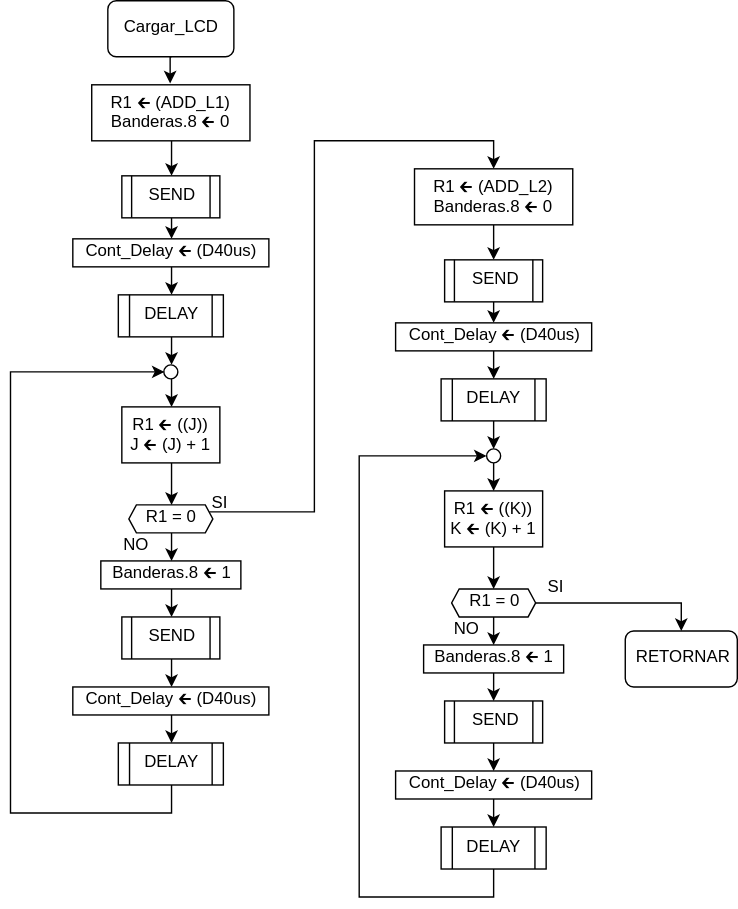
The draw.io diagram PROYECTO/diagrams_svg/Cargar_LCD.svg in slealq/micros, before a commit. Source tidied: cells renumbered, new cells last; positions are measured from the earlier drawing's top-left corner, leaving out a move shared by most shapes.
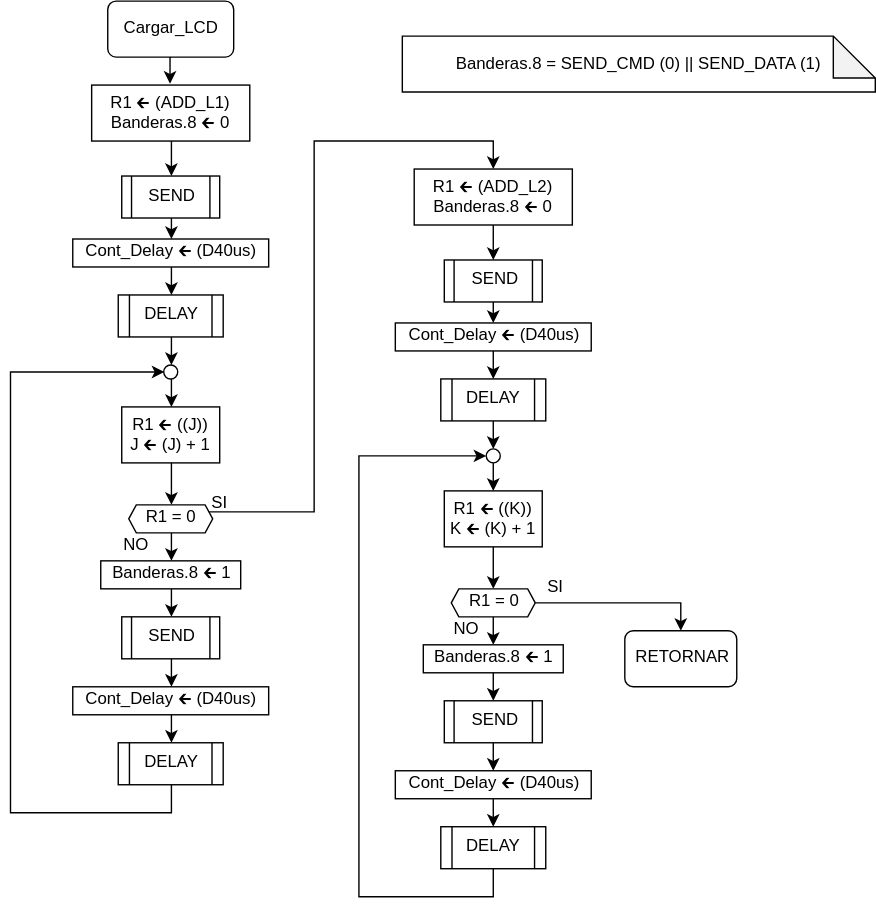
The same file after the commit.

The edit, as a diff of the source:
```diff
@@ -173,5 +173,8 @@
     <mxCell id="54" value="SI" style="text;strokeColor=none;fillColor=none;align=center;verticalAlign=middle;whiteSpace=wrap;rounded=0;html=1;" parent="1" vertex="1">
       <mxGeometry x="370" y="410" width="40" height="20" as="geometry" />
     </mxCell>
+    <mxCell id="55" value="Banderas.8 = SEND_CMD (0) || SEND_DATA (1)" style="shape=note;backgroundOutline=1;darkOpacity=0.05;" parent="1" vertex="1">
+      <mxGeometry x="281" y="25" width="338" height="40" as="geometry" />
+    </mxCell>
   </root>
 </mxGraphModel>
```
